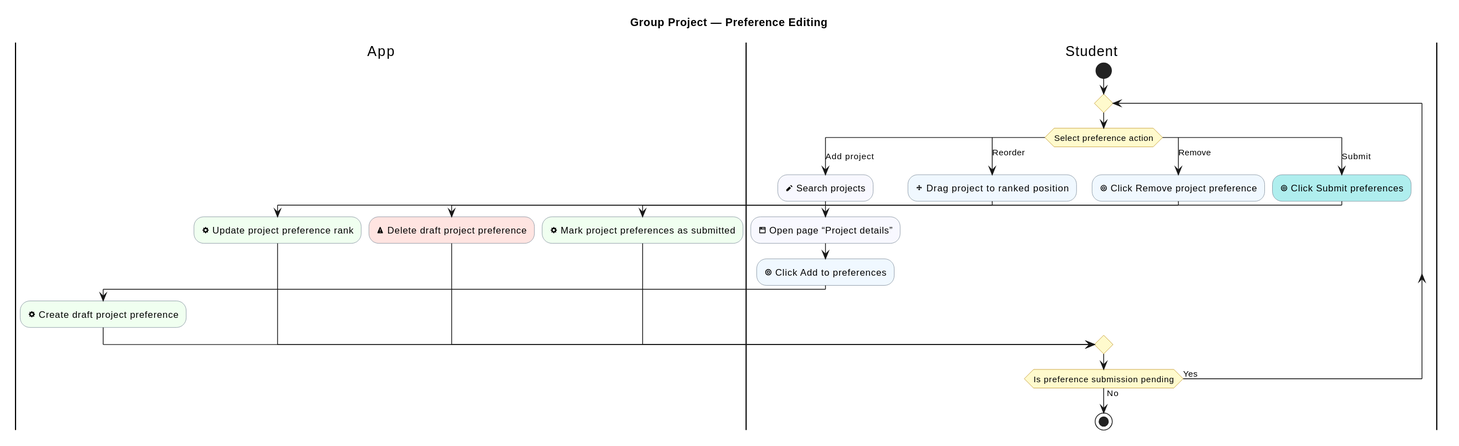
Above: industrial-placement-group-project/diagrams/group-project/preference-editing.svg in sdflkjssl/sdflkjssl.github.io (PlantUML), before the change.
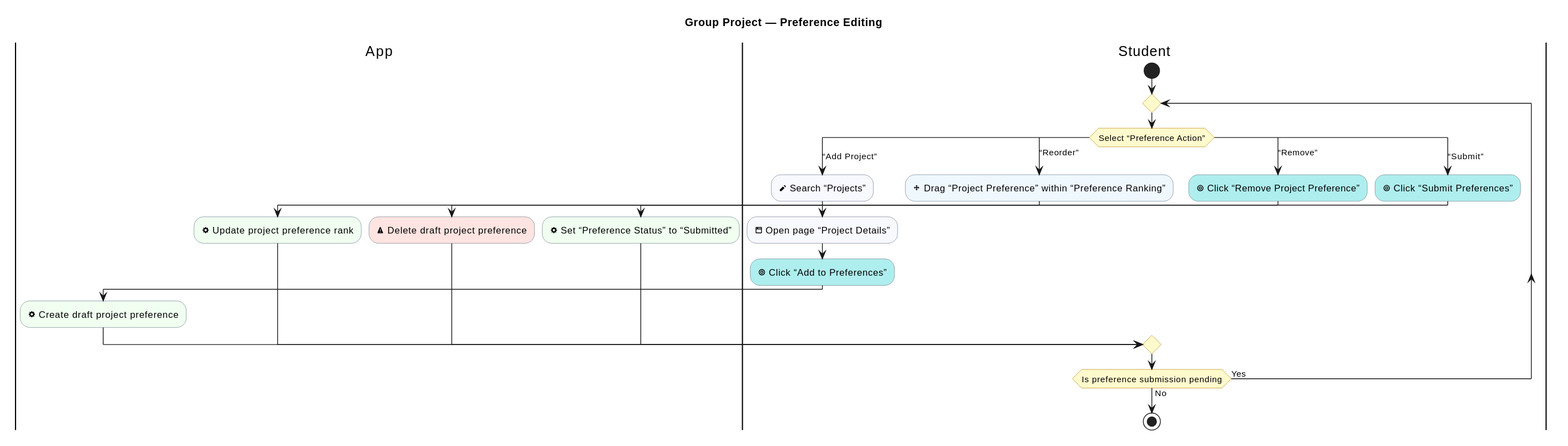
The same file after the commit.

Change to the diagram source:
```diff
@@ -13,29 +13,29 @@
 |Student|
 start
 repeat
-  switch (Select preference action)
-  case (Add project)
+  switch (Select “Preference Action”)
+  case (“Add Project”)
     |Student|
-    :<&pencil> Search projects; <<#GhostWhite>>
-    :<&browser> Open page “Project details”; <<#GhostWhite>>
-    :<&target> Click Add to preferences; <<#AliceBlue>>
+    :<&pencil> Search “Projects”; <<#GhostWhite>>
+    :<&browser> Open page “Project Details”; <<#GhostWhite>>
+    :<&target> Click “Add to Preferences”; <<#PaleTurquoise>>
     |App|
     :<&cog> Create draft project preference; <<#HoneyDew>>
-  case (Reorder)
+  case (“Reorder”)
     |Student|
-    :<&move> Drag project to ranked position; <<#AliceBlue>>
+    :<&move> Drag “Project Preference” within “Preference Ranking”; <<#AliceBlue>>
     |App|
     :<&cog> Update project preference rank; <<#HoneyDew>>
-  case (Remove)
+  case (“Remove”)
     |Student|
-    :<&target> Click Remove project preference; <<#AliceBlue>>
+    :<&target> Click “Remove Project Preference”; <<#PaleTurquoise>>
     |App|
     :<&warning> Delete draft project preference; <<#MistyRose>>
-  case (Submit)
+  case (“Submit”)
     |Student|
-    :<&target> Click Submit preferences; <<#PaleTurquoise>>
+    :<&target> Click “Submit Preferences”; <<#PaleTurquoise>>
     |App|
-    :<&cog> Mark project preferences as submitted; <<#HoneyDew>>
+    :<&cog> Set “Preference Status” to “Submitted”; <<#HoneyDew>>
   endswitch
   |Student|
 repeat while (Is preference submission pending) is (Yes) not (No)
```
